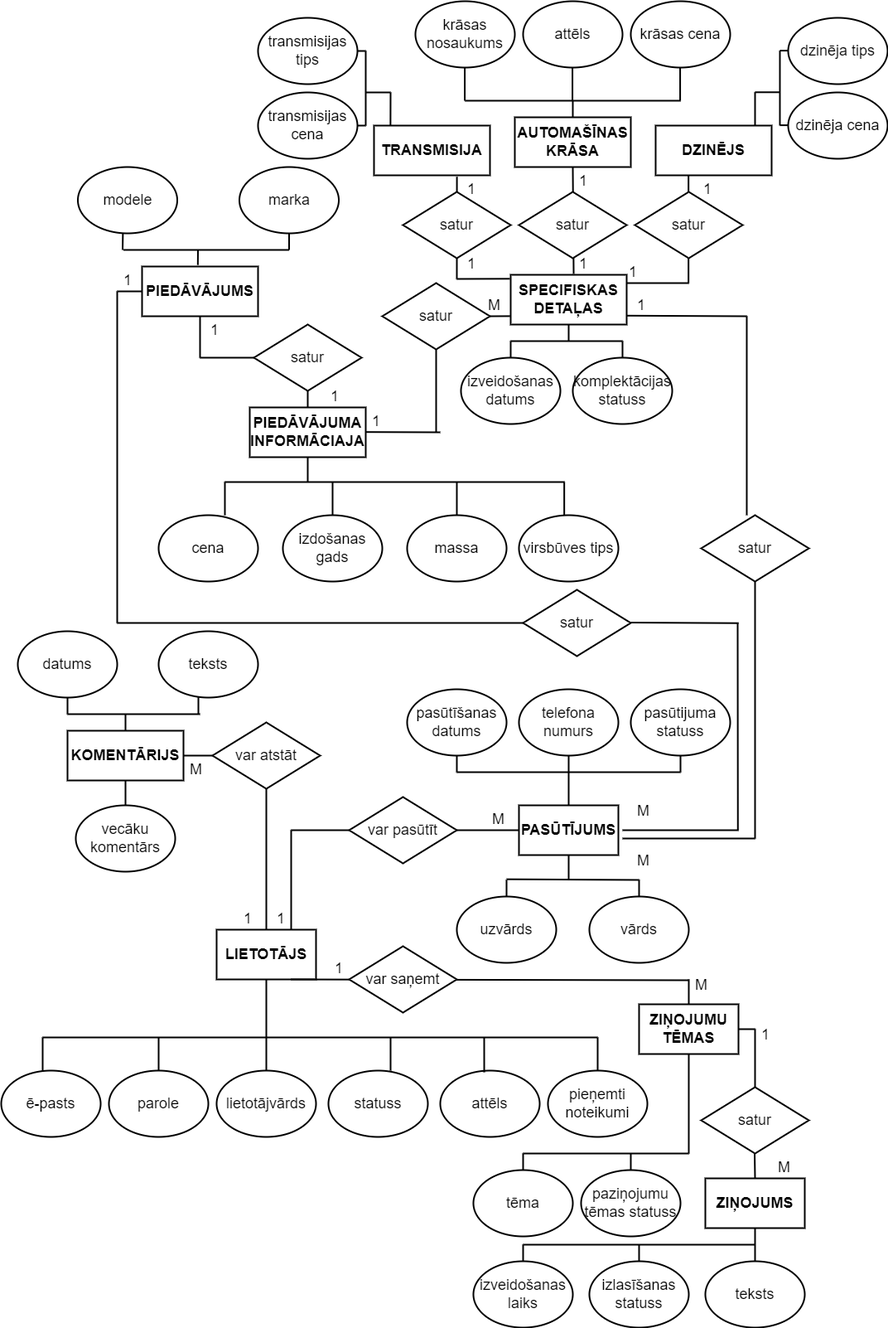
The draw.io diagram documentation/atteli/4. att. Entity relationship modelis.png in rvt-prog-kval-24/DP41-Konstant-nsKotovi-s-T-mek-aLietotneAutoma-nuMekl-anaiUnP-rdo-anaiTie-saist-, before a commit. Source tidied: cells renumbered, new cells last; positions are measured from the earlier drawing's top-left corner, leaving out a move shared by most shapes.
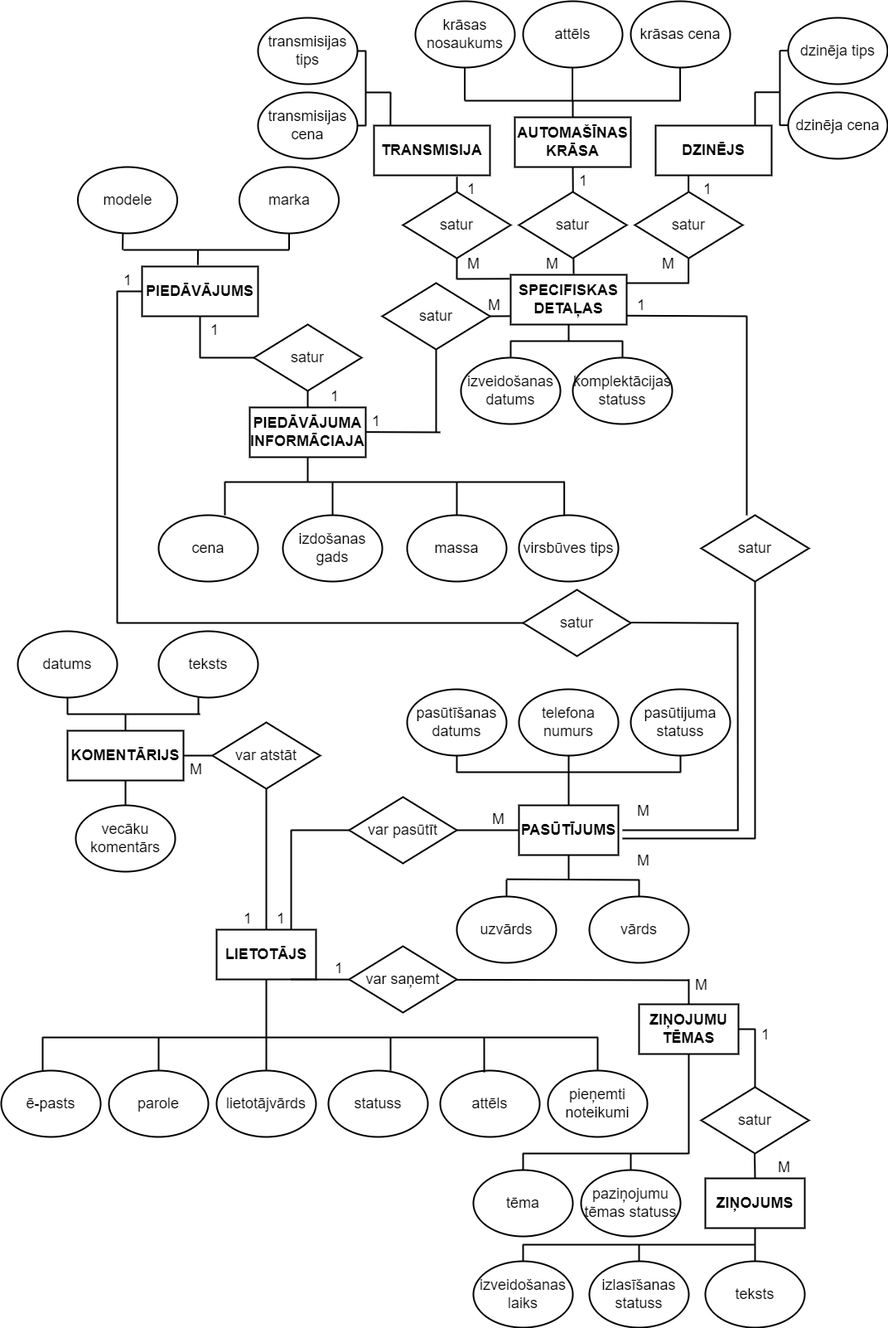
Above is the later version.

The edit, as a diff of the source:
```diff
@@ -526,9 +526,6 @@
         <mxPoint x="750" y="379.3" as="targetPoint" />
       </mxGeometry>
     </mxCell>
-    <mxCell id="133" value="1" style="shape=partialRectangle;fillColor=none;top=0;left=0;bottom=0;right=0;align=left;spacingLeft=6;overflow=hidden;fontSize=18;strokeWidth=2;" parent="1" vertex="1">
-      <mxGeometry x="750" y="310" width="40" height="30" as="geometry" />
-    </mxCell>
     <mxCell id="134" value="satur" style="rhombus;whiteSpace=wrap;html=1;fontSize=18;strokeWidth=2;" parent="1" vertex="1">
       <mxGeometry x="630" y="710" width="130" height="80" as="geometry" />
     </mxCell>
@@ -722,9 +719,6 @@
     <mxCell id="182" value="1" style="shape=partialRectangle;fillColor=none;top=0;left=0;bottom=0;right=0;align=left;spacingLeft=6;overflow=hidden;fontSize=18;strokeWidth=2;" parent="1" vertex="1">
       <mxGeometry x="840" y="210" width="40" height="30" as="geometry" />
     </mxCell>
-    <mxCell id="183" value="1" style="shape=partialRectangle;fillColor=none;top=0;left=0;bottom=0;right=0;align=left;spacingLeft=6;overflow=hidden;fontSize=18;strokeWidth=2;" parent="1" vertex="1">
-      <mxGeometry x="690" y="300" width="40" height="30" as="geometry" />
-    </mxCell>
     <mxCell id="184" value="1" style="shape=partialRectangle;fillColor=none;top=0;left=0;bottom=0;right=0;align=left;spacingLeft=6;overflow=hidden;fontSize=18;strokeWidth=2;" parent="1" vertex="1">
       <mxGeometry x="690" y="200" width="40" height="30" as="geometry" />
     </mxCell>
@@ -742,9 +736,6 @@
     <mxCell id="187" value="satur" style="rhombus;whiteSpace=wrap;html=1;fontSize=18;strokeWidth=2;" parent="1" vertex="1">
       <mxGeometry x="485" y="230" width="130" height="80" as="geometry" />
     </mxCell>
-    <mxCell id="188" value="1" style="shape=partialRectangle;fillColor=none;top=0;left=0;bottom=0;right=0;align=left;spacingLeft=6;overflow=hidden;fontSize=18;strokeWidth=2;" parent="1" vertex="1">
-      <mxGeometry x="555" y="300" width="40" height="30" as="geometry" />
-    </mxCell>
     <mxCell id="189" value="1" style="shape=partialRectangle;fillColor=none;top=0;left=0;bottom=0;right=0;align=left;spacingLeft=6;overflow=hidden;fontSize=18;strokeWidth=2;" parent="1" vertex="1">
       <mxGeometry x="555" y="210" width="40" height="30" as="geometry" />
     </mxCell>
@@ -818,5 +809,14 @@
     <mxCell id="203" value="M" style="shape=partialRectangle;fillColor=none;top=0;left=0;bottom=0;right=0;align=left;spacingLeft=6;overflow=hidden;perimeterSpacing=0;fontSize=18;strokeWidth=2;" parent="1" vertex="1">
       <mxGeometry x="760" y="960" width="40" height="30" as="geometry" />
     </mxCell>
+    <mxCell id="204" value="M" style="shape=partialRectangle;fillColor=none;top=0;left=0;bottom=0;right=0;align=left;spacingLeft=6;overflow=hidden;fontSize=18;strokeWidth=2;" parent="1" vertex="1">
+      <mxGeometry x="555" y="300" width="40" height="30" as="geometry" />
+    </mxCell>
+    <mxCell id="205" value="M" style="shape=partialRectangle;fillColor=none;top=0;left=0;bottom=0;right=0;align=left;spacingLeft=6;overflow=hidden;fontSize=18;strokeWidth=2;" parent="1" vertex="1">
+      <mxGeometry x="650" y="300" width="40" height="30" as="geometry" />
+    </mxCell>
+    <mxCell id="206" value="M" style="shape=partialRectangle;fillColor=none;top=0;left=0;bottom=0;right=0;align=left;spacingLeft=6;overflow=hidden;fontSize=18;strokeWidth=2;" parent="1" vertex="1">
+      <mxGeometry x="790" y="300" width="40" height="30" as="geometry" />
+    </mxCell>
   </root>
 </mxGraphModel>
```
